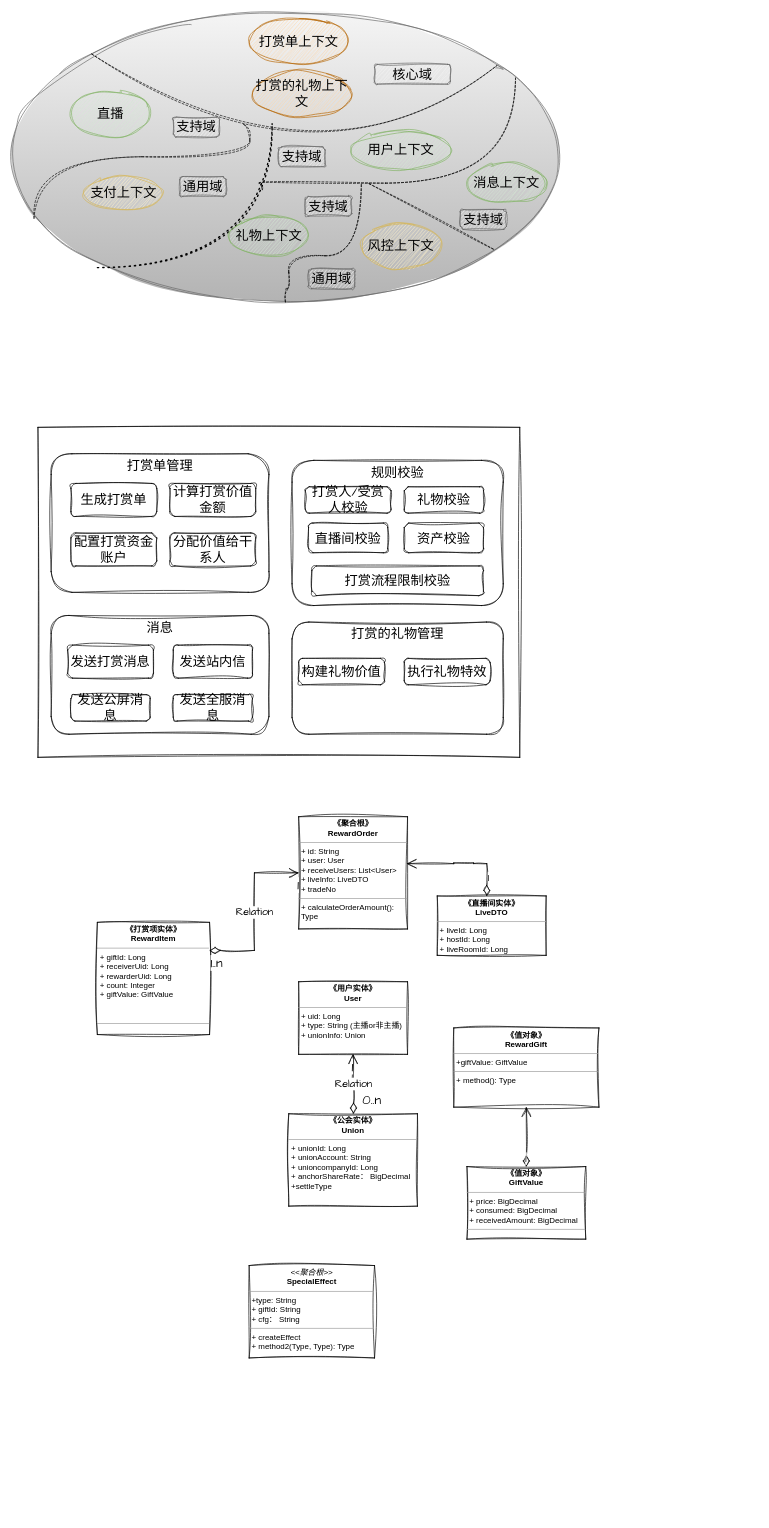
Above: 未命名绘图.drawio in seuzxc/book (draw.io), before the change. Source tidied: cells renumbered, new cells numbered last; positions are measured from the earlier drawing's top-left corner, leaving out a move shared by most shapes. Both pictures are drawn from the tidied source at 66%, with x=0, y=0 at pixel (11, 11).
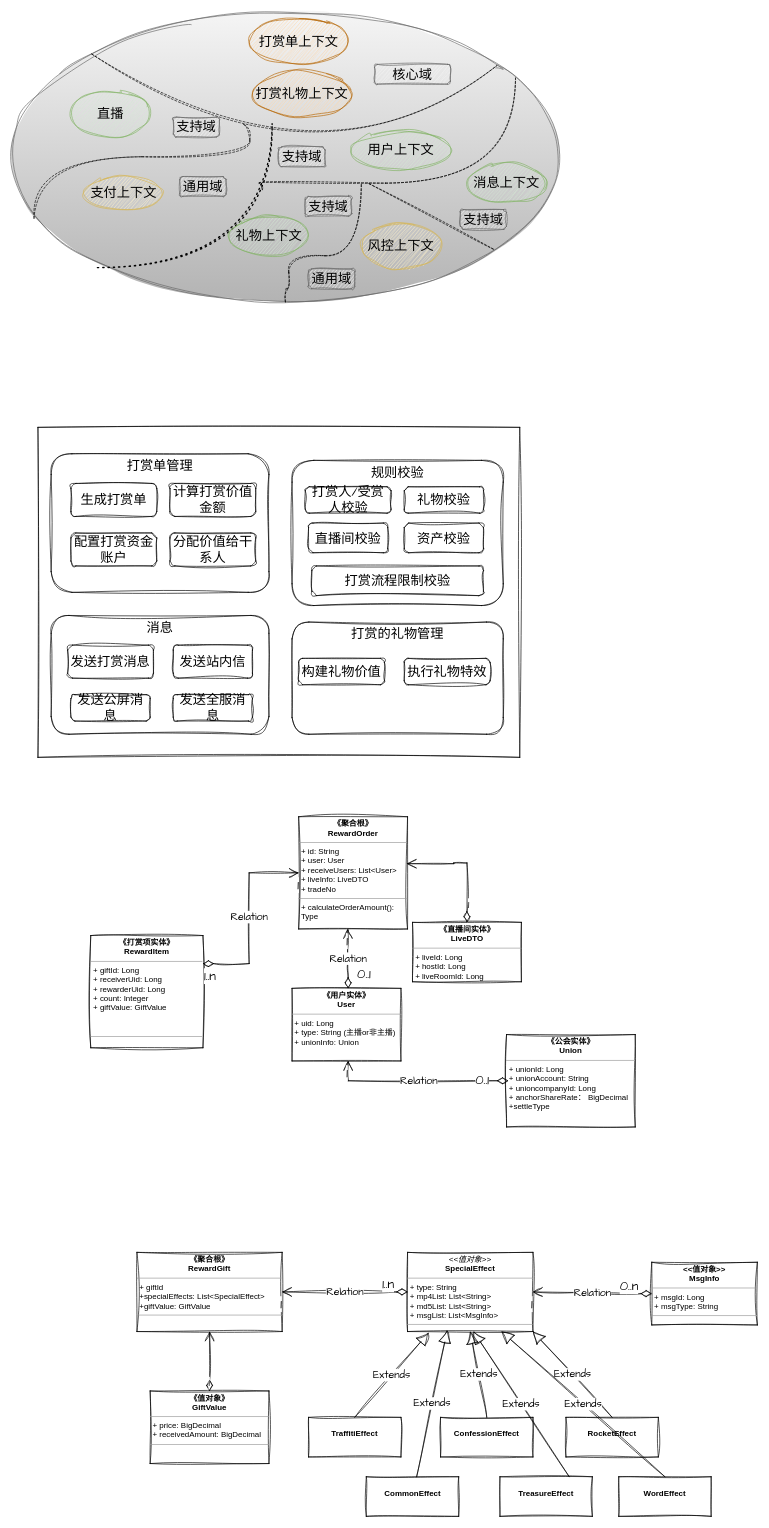
The same page after the edit.

Commit message:
更新未命名绘图.drawio

The change refers to these unchanged cells:
```xml
<mxCell id="43" value="&lt;p style=&quot;margin:0px;margin-top:4px;text-align:center;&quot;&gt;&lt;b&gt;《聚合根》&lt;br&gt;RewardOrder&lt;/b&gt;&lt;/p&gt;&lt;hr size=&quot;1&quot;&gt;&lt;p style=&quot;margin:0px;margin-left:4px;&quot;&gt;+ id: String&lt;br&gt;+ user: User&lt;br&gt;+ receiveUsers: List&amp;lt;User&amp;gt;&lt;br&gt;+ liveInfo: LiveDTO&lt;br&gt;+ tradeNo&lt;/p&gt;&lt;hr size=&quot;1&quot;&gt;&lt;p style=&quot;margin:0px;margin-left:4px;&quot;&gt;+ calculateOrderAmount(): Type&lt;/p&gt;" style="verticalAlign=top;align=left;overflow=fill;fontSize=12;fontFamily=Helvetica;html=1;whiteSpace=wrap;sketch=1;hachureGap=4;jiggle=2;curveFitting=1;" parent="1" vertex="1">
  <mxGeometry x="435" y="1220" width="165" height="170" as="geometry" />
</mxCell>
```

Diff of the diagram source:
```diff
@@
     <mxCell id="44" value="&lt;p style=&quot;margin:0px;margin-top:4px;text-align:center;&quot;&gt;&lt;b&gt;《打赏项实体》&lt;br&gt;RewardItem&lt;/b&gt;&lt;/p&gt;&lt;hr size=&quot;1&quot;&gt;&lt;p style=&quot;margin:0px;margin-left:4px;&quot;&gt;+ giftId: Long&lt;br&gt;+ receiverUid: Long&lt;/p&gt;&lt;p style=&quot;margin:0px;margin-left:4px;&quot;&gt;+&amp;nbsp;rewarderUid: Long&lt;/p&gt;&lt;p style=&quot;margin:0px;margin-left:4px;&quot;&gt;+ count: Integer&lt;/p&gt;&lt;p style=&quot;margin:0px;margin-left:4px;&quot;&gt;+ giftValue: GiftValue&lt;/p&gt;&lt;p style=&quot;margin:0px;margin-left:4px;&quot;&gt;&lt;br&gt;&lt;/p&gt;&lt;p style=&quot;margin:0px;margin-left:4px;&quot;&gt;&lt;br&gt;&lt;/p&gt;&lt;hr size=&quot;1&quot;&gt;&lt;p style=&quot;margin:0px;margin-left:4px;&quot;&gt;&lt;br&gt;&lt;/p&gt;" style="verticalAlign=top;align=left;overflow=fill;fontSize=12;fontFamily=Helvetica;html=1;whiteSpace=wrap;sketch=1;hachureGap=4;jiggle=2;curveFitting=1;" parent="1" vertex="1">
-      <mxGeometry x="130" y="1380" width="170" height="170" as="geometry" />
+      <mxGeometry x="120" y="1400" width="170" height="170" as="geometry" />
     </mxCell>
     <mxCell id="45" value="Relation" style="endArrow=open;html=1;endSize=12;startArrow=diamondThin;startSize=14;startFill=0;edgeStyle=orthogonalEdgeStyle;rounded=0;sketch=1;hachureGap=4;jiggle=2;curveFitting=1;fontFamily=Architects Daughter;fontSize=16;exitX=1;exitY=0.25;exitDx=0;exitDy=0;" parent="1" edge="1" source="44">
       <mxGeometry relative="1" as="geometry">
         <mxPoint x="435" y="1305" as="targetPoint" />
         <Array as="points">
-          <mxPoint x="368" y="1423" />
-          <mxPoint x="368" y="1305" />
+          <mxPoint x="360" y="1443" />
+          <mxPoint x="360" y="1305" />
         </Array>
       </mxGeometry>
     </mxCell>
@@
-    <mxCell id="48" value="&lt;p style=&quot;margin:0px;margin-top:4px;text-align:center;&quot;&gt;&lt;b&gt;《值对象》&lt;br&gt;RewardGift&lt;/b&gt;&lt;/p&gt;&lt;hr size=&quot;1&quot;&gt;&lt;p style=&quot;margin:0px;margin-left:4px;&quot;&gt;+giftValue: GiftValue&lt;/p&gt;&lt;hr size=&quot;1&quot;&gt;&lt;p style=&quot;margin:0px;margin-left:4px;&quot;&gt;+ method(): Type&lt;/p&gt;" style="verticalAlign=top;align=left;overflow=fill;fontSize=12;fontFamily=Helvetica;html=1;whiteSpace=wrap;sketch=1;hachureGap=4;jiggle=2;curveFitting=1;" parent="1" vertex="1">
-      <mxGeometry x="670" y="1540" width="220" height="120" as="geometry" />
-    </mxCell>
-    <mxCell id="49" value="打赏的礼物上下文" style="ellipse;whiteSpace=wrap;html=1;sketch=1;hachureGap=4;jiggle=2;curveFitting=1;fontFamily=Architects Daughter;fontSize=20;fillColor=#fad7ac;strokeColor=#b46504;" parent="1" vertex="1">
+    <mxCell id="49" value="打赏礼物上下文" style="ellipse;whiteSpace=wrap;html=1;sketch=1;hachureGap=4;jiggle=2;curveFitting=1;fontFamily=Architects Daughter;fontSize=20;fillColor=#fad7ac;strokeColor=#b46504;" parent="1" vertex="1">
       <mxGeometry x="365" y="90" width="150" height="70" as="geometry" />
     </mxCell>
-    <mxCell id="50" value="&lt;p style=&quot;margin:0px;margin-top:4px;text-align:center;&quot;&gt;&lt;i&gt;&amp;lt;&amp;lt;聚合根&amp;gt;&amp;gt;&lt;/i&gt;&lt;br&gt;&lt;b&gt;SpecialEffect&lt;/b&gt;&lt;/p&gt;&lt;hr size=&quot;1&quot;&gt;&lt;p style=&quot;margin:0px;margin-left:4px;&quot;&gt;+type: String&lt;br&gt;+ giftId: String&lt;br&gt;+ cfg： String&lt;/p&gt;&lt;hr size=&quot;1&quot;&gt;&lt;p style=&quot;margin:0px;margin-left:4px;&quot;&gt;+ createEffect&lt;br&gt;+ method2(Type, Type): Type&lt;/p&gt;" style="verticalAlign=top;align=left;overflow=fill;fontSize=12;fontFamily=Helvetica;html=1;whiteSpace=wrap;sketch=1;hachureGap=4;jiggle=2;curveFitting=1;" parent="1" vertex="1">
-      <mxGeometry x="360" y="1900" width="190" height="140" as="geometry" />
-    </mxCell>
-    <mxCell id="51" value="&lt;p style=&quot;margin:0px;margin-top:4px;text-align:center;&quot;&gt;&lt;b&gt;《值对象》&lt;br&gt;GiftValue&lt;/b&gt;&lt;/p&gt;&lt;hr size=&quot;1&quot;&gt;&lt;p style=&quot;margin:0px;margin-left:4px;&quot;&gt;+ price: BigDecimal&lt;/p&gt;&lt;p style=&quot;margin:0px;margin-left:4px;&quot;&gt;+ consumed: BigDecimal&lt;br&gt;+ receivedAmount: BigDecimal&lt;/p&gt;&lt;hr size=&quot;1&quot;&gt;&lt;p style=&quot;margin:0px;margin-left:4px;&quot;&gt;&lt;br&gt;&lt;/p&gt;" style="verticalAlign=top;align=left;overflow=fill;fontSize=12;fontFamily=Helvetica;html=1;whiteSpace=wrap;sketch=1;hachureGap=4;jiggle=2;curveFitting=1;" parent="1" vertex="1">
-      <mxGeometry x="690" y="1750" width="180" height="110" as="geometry" />
-    </mxCell>
-    <mxCell id="52" value="1" style="endArrow=open;html=1;endSize=12;startArrow=diamondThin;startSize=14;startFill=0;edgeStyle=orthogonalEdgeStyle;align=left;verticalAlign=bottom;rounded=0;sketch=1;hachureGap=4;jiggle=2;curveFitting=1;fontFamily=Architects Daughter;fontSize=16;exitX=0.5;exitY=0;exitDx=0;exitDy=0;entryX=0.5;entryY=1;entryDx=0;entryDy=0;" parent="1" edge="1" source="51" target="48">
-      <mxGeometry x="-1" y="3" relative="1" as="geometry" />
-    </mxCell>
     <mxCell id="53" value="&lt;p style=&quot;margin:0px;margin-top:4px;text-align:center;&quot;&gt;&lt;b&gt;《用户实体》&lt;br&gt;User&lt;/b&gt;&lt;/p&gt;&lt;hr size=&quot;1&quot;&gt;&lt;p style=&quot;margin:0px;margin-left:4px;&quot;&gt;+ uid: Long&lt;br&gt;+ type: String (主播or非主播)&lt;br&gt;+ unionInfo: Union&lt;br&gt;&lt;/p&gt;&lt;p style=&quot;margin:0px;margin-left:4px;&quot;&gt;&lt;br&gt;&lt;/p&gt;" style="verticalAlign=top;align=left;overflow=fill;fontSize=12;fontFamily=Helvetica;html=1;whiteSpace=wrap;sketch=1;hachureGap=4;jiggle=2;curveFitting=1;" parent="1" vertex="1">
-      <mxGeometry x="435" y="1470" width="165" height="110" as="geometry" />
+      <mxGeometry x="425" y="1480" width="165" height="110" as="geometry" />
     </mxCell>
     <mxCell id="54" value="&lt;p style=&quot;margin:0px;margin-top:4px;text-align:center;&quot;&gt;&lt;b&gt;《公会实体》&lt;br&gt;Union&lt;/b&gt;&lt;/p&gt;&lt;hr size=&quot;1&quot;&gt;&lt;p style=&quot;margin:0px;margin-left:4px;&quot;&gt;+ unionId: Long&lt;br&gt;+ unionAccount: String&lt;br&gt;+ unioncompanyId: Long&lt;br&gt;+ anchorShareRate：&amp;nbsp;BigDecimal&lt;br&gt;+settleType&lt;/p&gt;&lt;p style=&quot;margin:0px;margin-left:4px;&quot;&gt;&lt;br&gt;&lt;/p&gt;" style="verticalAlign=top;align=left;overflow=fill;fontSize=12;fontFamily=Helvetica;html=1;whiteSpace=wrap;sketch=1;hachureGap=4;jiggle=2;curveFitting=1;" parent="1" vertex="1">
-      <mxGeometry x="420" y="1670" width="195" height="140" as="geometry" />
+      <mxGeometry x="750" y="1550" width="195" height="140" as="geometry" />
     </mxCell>
     <mxCell id="55" value="&lt;p style=&quot;margin:0px;margin-top:4px;text-align:center;&quot;&gt;&lt;b&gt;《直播间实体》&lt;br&gt;LiveDTO&lt;/b&gt;&lt;/p&gt;&lt;hr size=&quot;1&quot;&gt;&lt;p style=&quot;margin:0px;margin-left:4px;&quot;&gt;+ liveId: Long&lt;br&gt;+ hostId: Long&lt;br&gt;+ liveRoomId: Long&lt;/p&gt;&lt;p style=&quot;margin:0px;margin-left:4px;&quot;&gt;&lt;br&gt;&lt;/p&gt;" style="verticalAlign=top;align=left;overflow=fill;fontSize=12;fontFamily=Helvetica;html=1;whiteSpace=wrap;sketch=1;hachureGap=4;jiggle=2;curveFitting=1;" parent="1" vertex="1">
-      <mxGeometry x="645" y="1340" width="165" height="90" as="geometry" />
+      <mxGeometry x="607.5" y="1380" width="165" height="90" as="geometry" />
     </mxCell>
-    <mxCell id="56" value="Relation" style="endArrow=open;html=1;endSize=12;startArrow=diamondThin;startSize=14;startFill=0;edgeStyle=orthogonalEdgeStyle;rounded=0;sketch=1;hachureGap=4;jiggle=2;curveFitting=1;fontFamily=Architects Daughter;fontSize=16;entryX=0.5;entryY=1;entryDx=0;entryDy=0;" parent="1" edge="1" target="53">
+    <mxCell id="56" value="Relation" style="endArrow=open;html=1;endSize=12;startArrow=diamondThin;startSize=14;startFill=0;edgeStyle=orthogonalEdgeStyle;rounded=0;sketch=1;hachureGap=4;jiggle=2;curveFitting=1;fontFamily=Architects Daughter;fontSize=16;entryX=0.5;entryY=1;entryDx=0;entryDy=0;exitX=0;exitY=0.5;exitDx=0;exitDy=0;" parent="1" edge="1">
       <mxGeometry relative="1" as="geometry">
-        <mxPoint x="518" y="1670" as="sourcePoint" />
+        <mxPoint x="752.5" y="1620" as="sourcePoint" />
+        <mxPoint x="510" y="1590" as="targetPoint" />
+        <Array as="points">
+          <mxPoint x="510" y="1620" />
+        </Array>
       </mxGeometry>
     </mxCell>
-    <mxCell id="57" value="0..n" style="edgeLabel;html=1;align=left;verticalAlign=top;sketch=1;hachureGap=4;jiggle=2;curveFitting=1;fontFamily=Architects Daughter;fontSize=20;" parent="56" vertex="1">
+    <mxCell id="57" value="0..1" style="edgeLabel;html=1;align=left;verticalAlign=top;sketch=1;hachureGap=4;jiggle=2;curveFitting=1;fontFamily=Architects Daughter;fontSize=20;" parent="56" vertex="1">
       <mxGeometry x="-1" relative="1" as="geometry">
-        <mxPoint x="12" y="-40" as="offset" />
+        <mxPoint x="-52" y="-20" as="offset" />
       </mxGeometry>
     </mxCell>
@@
-    <mxCell id="59" value="1" style="endArrow=open;html=1;endSize=12;startArrow=diamondThin;startSize=14;startFill=0;edgeStyle=orthogonalEdgeStyle;align=left;verticalAlign=bottom;rounded=0;sketch=1;hachureGap=4;jiggle=2;curveFitting=1;fontFamily=Architects Daughter;fontSize=16;entryX=0.994;entryY=0.418;entryDx=0;entryDy=0;entryPerimeter=0;" parent="1" edge="1" target="43">
+    <mxCell id="59" value="1" style="endArrow=open;html=1;endSize=12;startArrow=diamondThin;startSize=14;startFill=0;edgeStyle=orthogonalEdgeStyle;align=left;verticalAlign=bottom;rounded=0;sketch=1;hachureGap=4;jiggle=2;curveFitting=1;fontFamily=Architects Daughter;fontSize=16;entryX=0.994;entryY=0.418;entryDx=0;entryDy=0;entryPerimeter=0;exitX=0.5;exitY=0;exitDx=0;exitDy=0;" parent="1" edge="1" source="55" target="43">
       <mxGeometry x="-0.83" relative="1" as="geometry">
-        <mxPoint x="720" y="1340" as="sourcePoint" />
         <Array as="points">
-          <mxPoint x="720" y="1291" />
-          <mxPoint x="700" y="1291" />
-          <mxPoint x="700" y="1290" />
+          <mxPoint x="690" y="1290" />
           <mxPoint x="670" y="1290" />
           <mxPoint x="670" y="1291" />
         </Array>
       </mxGeometry>
     </mxCell>
+    <mxCell id="60" value="Relation" style="endArrow=open;html=1;endSize=12;startArrow=diamondThin;startSize=14;startFill=0;edgeStyle=orthogonalEdgeStyle;rounded=0;sketch=1;hachureGap=4;jiggle=2;curveFitting=1;fontFamily=Architects Daughter;fontSize=16;entryX=0.5;entryY=1;entryDx=0;entryDy=0;" parent="1" edge="1">
+      <mxGeometry relative="1" as="geometry">
+        <mxPoint x="510" y="1480" as="sourcePoint" />
+        <mxPoint x="509.5" y="1390" as="targetPoint" />
+        <Array as="points">
+          <mxPoint x="509.5" y="1436" />
+        </Array>
+      </mxGeometry>
+    </mxCell>
+    <mxCell id="61" value="0..1" style="edgeLabel;html=1;align=left;verticalAlign=top;sketch=1;hachureGap=4;jiggle=2;curveFitting=1;fontFamily=Architects Daughter;fontSize=20;" parent="60" vertex="1">
+      <mxGeometry x="-1" relative="1" as="geometry">
+        <mxPoint x="12" y="-40" as="offset" />
+      </mxGeometry>
+    </mxCell>
+    <mxCell id="62" value="1" style="edgeLabel;html=1;align=right;verticalAlign=top;sketch=1;hachureGap=4;jiggle=2;curveFitting=1;fontFamily=Architects Daughter;fontSize=20;" parent="60" vertex="1">
+      <mxGeometry x="1" relative="1" as="geometry" />
+    </mxCell>
+    <mxCell id="63" value="&lt;p style=&quot;margin:0px;margin-top:4px;text-align:center;&quot;&gt;&lt;b&gt;《聚合根》&lt;br&gt;RewardGift&lt;/b&gt;&lt;/p&gt;&lt;hr size=&quot;1&quot;&gt;&lt;p style=&quot;margin:0px;margin-left:4px;&quot;&gt;+ giftId&lt;br&gt;+specialEffects: List&amp;lt;SpecialEffect&amp;gt;&lt;br&gt;+giftValue: GiftValue&lt;/p&gt;&lt;hr size=&quot;1&quot;&gt;&lt;p style=&quot;margin:0px;margin-left:4px;&quot;&gt;&lt;br&gt;&lt;/p&gt;" style="verticalAlign=top;align=left;overflow=fill;fontSize=12;fontFamily=Helvetica;html=1;whiteSpace=wrap;sketch=1;hachureGap=4;jiggle=2;curveFitting=1;" parent="1" vertex="1">
+      <mxGeometry x="190" y="1880" width="220" height="120" as="geometry" />
+    </mxCell>
+    <mxCell id="64" value="&lt;p style=&quot;margin:0px;margin-top:4px;text-align:center;&quot;&gt;&lt;i&gt;&amp;lt;&amp;lt;值对象&amp;gt;&amp;gt;&lt;/i&gt;&lt;br&gt;&lt;b&gt;SpecialEffect&lt;/b&gt;&lt;/p&gt;&lt;hr size=&quot;1&quot;&gt;&lt;p style=&quot;margin:0px;margin-left:4px;&quot;&gt;+ type: String&lt;br&gt;+&amp;nbsp;mp4List&lt;span style=&quot;background-color: initial;&quot;&gt;: List&amp;lt;String&amp;gt;&lt;/span&gt;&lt;/p&gt;&lt;p style=&quot;margin:0px;margin-left:4px;&quot;&gt;+&amp;nbsp;md5List: List&amp;lt;String&amp;gt;&lt;br&gt;+ msgList: List&amp;lt;MsgInfo&amp;gt;&lt;/p&gt;&lt;hr size=&quot;1&quot;&gt;&lt;p style=&quot;margin:0px;margin-left:4px;&quot;&gt;&lt;br&gt;&lt;/p&gt;" style="verticalAlign=top;align=left;overflow=fill;fontSize=12;fontFamily=Helvetica;html=1;whiteSpace=wrap;sketch=1;hachureGap=4;jiggle=2;curveFitting=1;" parent="1" vertex="1">
+      <mxGeometry x="600" y="1880" width="190" height="120" as="geometry" />
+    </mxCell>
+    <mxCell id="65" value="&lt;p style=&quot;margin:0px;margin-top:4px;text-align:center;&quot;&gt;&lt;b&gt;《值对象》&lt;br&gt;GiftValue&lt;/b&gt;&lt;/p&gt;&lt;hr size=&quot;1&quot;&gt;&lt;p style=&quot;margin:0px;margin-left:4px;&quot;&gt;+ price: BigDecimal&lt;/p&gt;&lt;p style=&quot;margin:0px;margin-left:4px;&quot;&gt;+ receivedAmount: BigDecimal&lt;/p&gt;&lt;hr size=&quot;1&quot;&gt;&lt;p style=&quot;margin:0px;margin-left:4px;&quot;&gt;&lt;br&gt;&lt;/p&gt;" style="verticalAlign=top;align=left;overflow=fill;fontSize=12;fontFamily=Helvetica;html=1;whiteSpace=wrap;sketch=1;hachureGap=4;jiggle=2;curveFitting=1;" parent="1" vertex="1">
+      <mxGeometry x="210" y="2090" width="180" height="110" as="geometry" />
+    </mxCell>
+    <mxCell id="52" value="1" style="endArrow=open;html=1;endSize=12;startArrow=diamondThin;startSize=14;startFill=0;edgeStyle=orthogonalEdgeStyle;align=left;verticalAlign=bottom;rounded=0;sketch=1;hachureGap=4;jiggle=2;curveFitting=1;fontFamily=Architects Daughter;fontSize=16;exitX=0.5;exitY=0;exitDx=0;exitDy=0;entryX=0.5;entryY=1;entryDx=0;entryDy=0;" parent="1" edge="1" source="65" target="63">
+      <mxGeometry x="-1" y="3" relative="1" as="geometry" />
+    </mxCell>
+    <mxCell id="66" value="Relation" style="endArrow=open;html=1;endSize=12;startArrow=diamondThin;startSize=14;startFill=0;edgeStyle=orthogonalEdgeStyle;rounded=0;sketch=1;hachureGap=4;jiggle=2;curveFitting=1;fontFamily=Architects Daughter;fontSize=16;entryX=1;entryY=0.5;entryDx=0;entryDy=0;" parent="1" edge="1" source="64" target="63">
+      <mxGeometry relative="1" as="geometry" />
+    </mxCell>
+    <mxCell id="67" value="1..n" style="edgeLabel;html=1;align=left;verticalAlign=top;sketch=1;hachureGap=4;jiggle=2;curveFitting=1;fontFamily=Architects Daughter;fontSize=20;" parent="66" vertex="1">
+      <mxGeometry x="-1" relative="1" as="geometry">
+        <mxPoint x="-40" y="-30" as="offset" />
+      </mxGeometry>
+    </mxCell>
+    <mxCell id="68" value="1" style="edgeLabel;html=1;align=right;verticalAlign=top;sketch=1;hachureGap=4;jiggle=2;curveFitting=1;fontFamily=Architects Daughter;fontSize=20;" parent="66" vertex="1">
+      <mxGeometry x="1" relative="1" as="geometry" />
+    </mxCell>
+    <mxCell id="69" value="Extends" style="endArrow=block;endSize=16;endFill=0;html=1;rounded=0;sketch=1;hachureGap=4;jiggle=2;curveFitting=1;fontFamily=Architects Daughter;fontSize=16;entryX=0.168;entryY=1.017;entryDx=0;entryDy=0;entryPerimeter=0;exitX=0.5;exitY=0;exitDx=0;exitDy=0;" parent="1" edge="1" source="74" target="64">
+      <mxGeometry relative="1" as="geometry" />
+    </mxCell>
+    <mxCell id="70" value="&lt;p style=&quot;margin:0px;margin-top:4px;text-align:center;&quot;&gt;&lt;b&gt;&amp;lt;&amp;lt;值对象&amp;gt;&amp;gt;&lt;br&gt;MsgInfo&lt;/b&gt;&lt;/p&gt;&lt;hr size=&quot;1&quot;&gt;&lt;p style=&quot;margin:0px;margin-left:4px;&quot;&gt;+ msgId: Long&lt;br&gt;+ msgType: String&lt;/p&gt;&lt;hr size=&quot;1&quot;&gt;&lt;p style=&quot;margin:0px;margin-left:4px;&quot;&gt;&lt;br&gt;&lt;/p&gt;" style="verticalAlign=top;align=left;overflow=fill;fontSize=12;fontFamily=Helvetica;html=1;whiteSpace=wrap;sketch=1;hachureGap=4;jiggle=2;curveFitting=1;" parent="1" vertex="1">
+      <mxGeometry x="970" y="1895" width="160" height="95" as="geometry" />
+    </mxCell>
+    <mxCell id="71" value="Relation" style="endArrow=open;html=1;endSize=12;startArrow=diamondThin;startSize=14;startFill=0;edgeStyle=orthogonalEdgeStyle;rounded=0;sketch=1;hachureGap=4;jiggle=2;curveFitting=1;fontFamily=Architects Daughter;fontSize=16;exitX=0;exitY=0.5;exitDx=0;exitDy=0;entryX=1;entryY=0.5;entryDx=0;entryDy=0;" parent="1" edge="1" source="70" target="64">
+      <mxGeometry relative="1" as="geometry" />
+    </mxCell>
+    <mxCell id="72" value="0..n" style="edgeLabel;html=1;align=left;verticalAlign=top;sketch=1;hachureGap=4;jiggle=2;curveFitting=1;fontFamily=Architects Daughter;fontSize=20;" parent="71" vertex="1">
+      <mxGeometry x="-1" relative="1" as="geometry">
+        <mxPoint x="-50" y="-30" as="offset" />
+      </mxGeometry>
+    </mxCell>
+    <mxCell id="73" value="1" style="edgeLabel;html=1;align=right;verticalAlign=top;sketch=1;hachureGap=4;jiggle=2;curveFitting=1;fontFamily=Architects Daughter;fontSize=20;" parent="71" vertex="1">
+      <mxGeometry x="1" relative="1" as="geometry" />
+    </mxCell>
+    <mxCell id="74" value="&lt;p style=&quot;margin:0px;margin-top:4px;text-align:center;&quot;&gt;&lt;br&gt;&lt;b&gt;TraffitiEffect&lt;/b&gt;&lt;/p&gt;" style="verticalAlign=top;align=left;overflow=fill;fontSize=12;fontFamily=Helvetica;html=1;whiteSpace=wrap;sketch=1;hachureGap=4;jiggle=2;curveFitting=1;" parent="1" vertex="1">
+      <mxGeometry x="450" y="2130" width="140" height="60" as="geometry" />
+    </mxCell>
+    <mxCell id="75" value="&lt;p style=&quot;margin:0px;margin-top:4px;text-align:center;&quot;&gt;&lt;br&gt;&lt;b&gt;ConfessionEffect&lt;/b&gt;&lt;/p&gt;" style="verticalAlign=top;align=left;overflow=fill;fontSize=12;fontFamily=Helvetica;html=1;whiteSpace=wrap;sketch=1;hachureGap=4;jiggle=2;curveFitting=1;" parent="1" vertex="1">
+      <mxGeometry x="650" y="2130" width="140" height="60" as="geometry" />
+    </mxCell>
+    <mxCell id="76" value="&lt;p style=&quot;margin:0px;margin-top:4px;text-align:center;&quot;&gt;&lt;br&gt;&lt;b&gt;RocketEffect&lt;/b&gt;&lt;/p&gt;" style="verticalAlign=top;align=left;overflow=fill;fontSize=12;fontFamily=Helvetica;html=1;whiteSpace=wrap;sketch=1;hachureGap=4;jiggle=2;curveFitting=1;" parent="1" vertex="1">
+      <mxGeometry x="840" y="2130" width="140" height="60" as="geometry" />
+    </mxCell>
+    <mxCell id="77" value="&lt;p style=&quot;margin:0px;margin-top:4px;text-align:center;&quot;&gt;&lt;br&gt;&lt;b&gt;WordEffect&lt;/b&gt;&lt;/p&gt;" style="verticalAlign=top;align=left;overflow=fill;fontSize=12;fontFamily=Helvetica;html=1;whiteSpace=wrap;sketch=1;hachureGap=4;jiggle=2;curveFitting=1;" parent="1" vertex="1">
+      <mxGeometry x="920" y="2220" width="140" height="60" as="geometry" />
+    </mxCell>
+    <mxCell id="78" value="&lt;p style=&quot;margin:0px;margin-top:4px;text-align:center;&quot;&gt;&lt;b&gt;&lt;br&gt;TreasureEffect&lt;/b&gt;&lt;/p&gt;" style="verticalAlign=top;align=left;overflow=fill;fontSize=12;fontFamily=Helvetica;html=1;whiteSpace=wrap;sketch=1;hachureGap=4;jiggle=2;curveFitting=1;" parent="1" vertex="1">
+      <mxGeometry x="740" y="2220" width="140" height="60" as="geometry" />
+    </mxCell>
+    <mxCell id="79" value="&lt;p style=&quot;margin:0px;margin-top:4px;text-align:center;&quot;&gt;&lt;b&gt;&lt;br&gt;CommonEffect&lt;/b&gt;&lt;/p&gt;" style="verticalAlign=top;align=left;overflow=fill;fontSize=12;fontFamily=Helvetica;html=1;whiteSpace=wrap;sketch=1;hachureGap=4;jiggle=2;curveFitting=1;" parent="1" vertex="1">
+      <mxGeometry x="537.5" y="2220" width="140" height="60" as="geometry" />
+    </mxCell>
+    <mxCell id="80" value="Extends" style="endArrow=block;endSize=16;endFill=0;html=1;rounded=0;sketch=1;hachureGap=4;jiggle=2;curveFitting=1;fontFamily=Architects Daughter;fontSize=16;entryX=0.5;entryY=1;entryDx=0;entryDy=0;exitX=0.5;exitY=0;exitDx=0;exitDy=0;" parent="1" edge="1" source="75" target="64">
+      <mxGeometry relative="1" as="geometry" />
+    </mxCell>
+    <mxCell id="81" value="Extends" style="endArrow=block;endSize=16;endFill=0;html=1;rounded=0;sketch=1;hachureGap=4;jiggle=2;curveFitting=1;fontFamily=Architects Daughter;fontSize=16;entryX=1;entryY=1;entryDx=0;entryDy=0;exitX=0.5;exitY=0;exitDx=0;exitDy=0;" parent="1" edge="1" source="76" target="64">
+      <mxGeometry relative="1" as="geometry" />
+    </mxCell>
+    <mxCell id="82" value="Extends" style="endArrow=block;endSize=16;endFill=0;html=1;rounded=0;sketch=1;hachureGap=4;jiggle=2;curveFitting=1;fontFamily=Architects Daughter;fontSize=16;entryX=0.75;entryY=1;entryDx=0;entryDy=0;exitX=0.5;exitY=0;exitDx=0;exitDy=0;" parent="1" edge="1" source="77" target="64">
+      <mxGeometry relative="1" as="geometry" />
+    </mxCell>
+    <mxCell id="83" value="Extends" style="endArrow=block;endSize=16;endFill=0;html=1;rounded=0;sketch=1;hachureGap=4;jiggle=2;curveFitting=1;fontFamily=Architects Daughter;fontSize=16;entryX=0.316;entryY=0.986;entryDx=0;entryDy=0;entryPerimeter=0;" parent="1" edge="1" source="79" target="64">
+      <mxGeometry relative="1" as="geometry" />
+    </mxCell>
+    <mxCell id="84" value="Extends" style="endArrow=block;endSize=16;endFill=0;html=1;rounded=0;sketch=1;hachureGap=4;jiggle=2;curveFitting=1;fontFamily=Architects Daughter;fontSize=16;exitX=0.75;exitY=0;exitDx=0;exitDy=0;" parent="1" edge="1" source="78">
+      <mxGeometry relative="1" as="geometry">
+        <mxPoint x="700" y="2000" as="targetPoint" />
+      </mxGeometry>
+    </mxCell>
```
